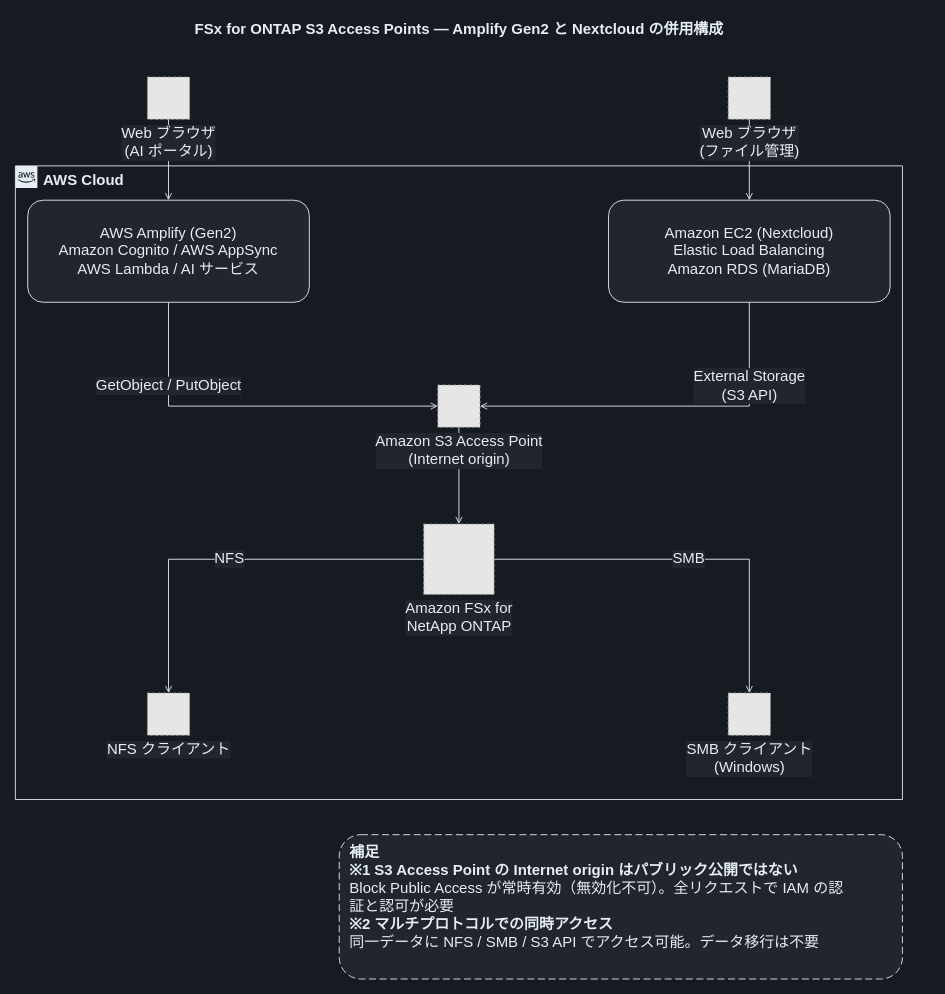
Yoshiki0705/FSx-for-ONTAP-S3AccessPoints-Serverless-Patterns keeps this draw.io diagram as docs/diagrams/dark/coexistence-3path.drawio. Above is the earlier version. Source tidied: cells renumbered, new cells numbered last; positions are measured from the earlier drawing's top-left corner, leaving out a move shared by most shapes. Both pictures are drawn from the tidied source at 88%, with x=0, y=0 at pixel (15, 15). Pictures stored in the file or linked from it are replaced by grey dashed boxes.
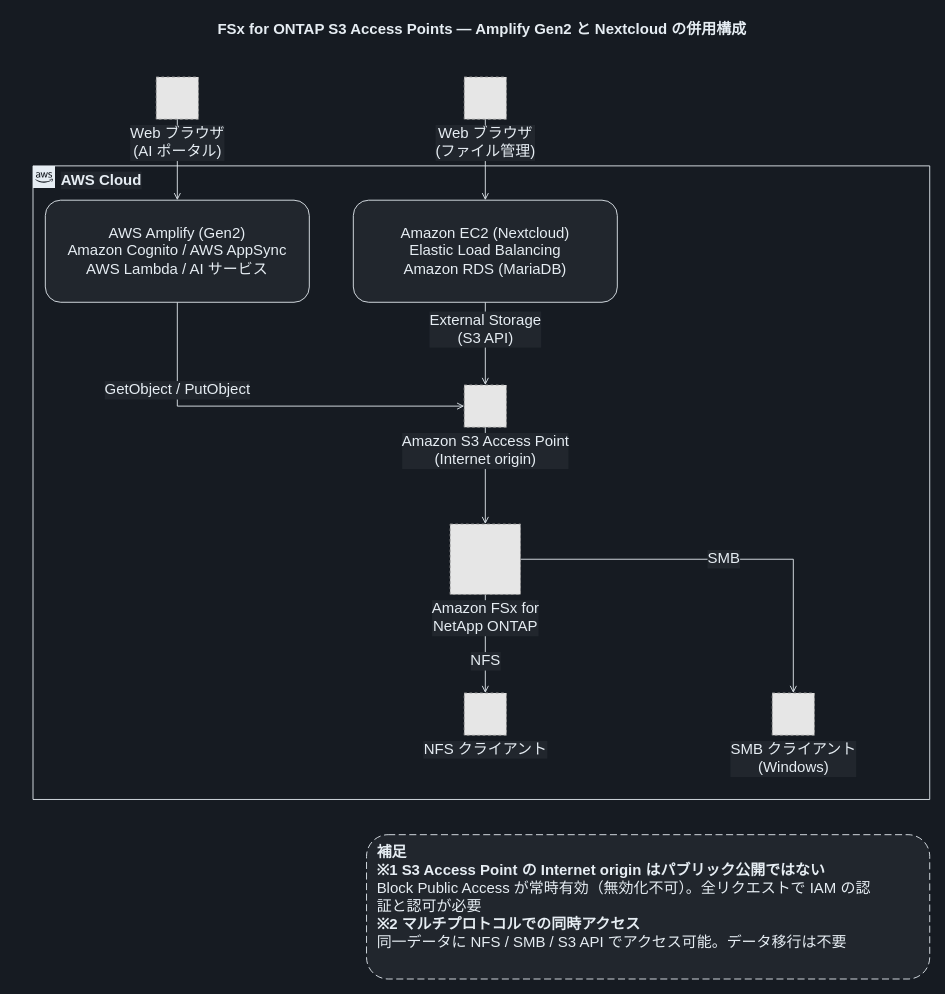
Above is the later version.

Change to the diagram source:
```diff
@@
     <mxCell id="2" value="FSx for ONTAP S3 Access Points — Amplify Gen2 と Nextcloud の併用構成" style="text;html=1;align=center;verticalAlign=middle;fontSize=17;fontStyle=1;fontColor=#E6EDF3;" parent="1" vertex="1">
-      <mxGeometry width="1008" height="34" as="geometry" />
+      <mxGeometry x="20" width="1019" height="34" as="geometry" />
     </mxCell>
-    <mxCell id="3" value="AWS Cloud" style="gradientColor=none;html=1;whiteSpace=wrap;fontSize=17;fontStyle=1;shape=mxgraph.aws4.group;grIcon=mxgraph.aws4.group_aws_cloud_alt;strokeColor=#E6EDF3;fillColor=none;verticalAlign=top;align=left;spacingLeft=30;fontColor=#E6EDF3;dashed=0;" parent="1" vertex="1">
-      <mxGeometry y="171" width="1008" height="720" as="geometry" />
-    </mxCell>
@@
-    <mxCell id="7" value="External Storage&lt;br&gt;(S3 API)" style="edgeStyle=orthogonalEdgeStyle;rounded=0;jettySize=auto;html=1;endArrow=open;endFill=0;strokeColor=#E6EDF3;strokeWidth=1;fontSize=17;fontColor=#E6EDF3;labelBackgroundColor=#21262D;exitX=0.5;exitY=1;exitDx=0;exitDy=0;entryX=1;entryY=0.5;entryDx=0;entryDy=0;" parent="1" edge="1" source="14" target="15">
-      <mxGeometry x="-0.55" relative="1" as="geometry" />
+    <mxCell id="7" value="External Storage&lt;br&gt;(S3 API)" style="edgeStyle=orthogonalEdgeStyle;rounded=0;jettySize=auto;html=1;endArrow=open;endFill=0;strokeColor=#E6EDF3;strokeWidth=1;fontSize=17;fontColor=#E6EDF3;labelBackgroundColor=#21262D;" parent="1" edge="1" source="14" target="15">
+      <mxGeometry x="-0.35" relative="1" as="geometry" />
     </mxCell>
@@
     <mxCell id="9" value="NFS" style="edgeStyle=orthogonalEdgeStyle;rounded=0;jettySize=auto;html=1;endArrow=open;endFill=0;strokeColor=#E6EDF3;strokeWidth=1;fontSize=17;fontColor=#E6EDF3;labelBackgroundColor=#21262D;" parent="1" edge="1" source="16" target="17">
-      <mxGeometry relative="1" as="geometry" />
+      <mxGeometry relative="1" as="geometry">
+        <mxPoint y="20" as="offset" />
+      </mxGeometry>
     </mxCell>
@@
+    <mxCell id="3" value="AWS Cloud" style="gradientColor=none;html=1;whiteSpace=wrap;fontSize=17;fontStyle=1;shape=mxgraph.aws4.group;grIcon=mxgraph.aws4.group_aws_cloud_alt;strokeColor=#E6EDF3;fillColor=none;verticalAlign=top;align=left;spacingLeft=30;fontColor=#E6EDF3;dashed=0;labelBackgroundColor=#21262D;" parent="1" vertex="1">
+      <mxGeometry x="20" y="171" width="1019" height="720" as="geometry" />
+    </mxCell>
     <mxCell id="11" value="Web ブラウザ&lt;br&gt;(AI ポータル)" style="fillColor=#E6E6E6;strokeColor=#999999;dashed=1;html=1;verticalLabelPosition=bottom;verticalAlign=top;labelPosition=center;align=center;fontSize=17;fontColor=#E6EDF3;labelBackgroundColor=#21262D;" parent="1" vertex="1">
-      <mxGeometry x="150" y="70" width="48" height="48" as="geometry" />
+      <mxGeometry x="160" y="70" width="48" height="48" as="geometry" />
     </mxCell>
     <mxCell id="12" value="Web ブラウザ&lt;br&gt;(ファイル管理)" style="fillColor=#E6E6E6;strokeColor=#999999;dashed=1;html=1;verticalLabelPosition=bottom;verticalAlign=top;labelPosition=center;align=center;fontSize=17;fontColor=#E6EDF3;labelBackgroundColor=#21262D;" parent="1" vertex="1">
-      <mxGeometry x="810" y="70" width="48" height="48" as="geometry" />
+      <mxGeometry x="510" y="70" width="48" height="48" as="geometry" />
     </mxCell>
     <mxCell id="13" value="AWS Amplify (Gen2)&lt;br&gt;Amazon Cognito / AWS AppSync&lt;br&gt;AWS Lambda / AI サービス" style="rounded=1;whiteSpace=wrap;html=1;dashed=0;strokeColor=#E6EDF3;fillColor=#21262D;align=center;verticalAlign=middle;fontSize=17;fontColor=#E6EDF3;" parent="1" vertex="1">
-      <mxGeometry x="14" y="210" width="320" height="116" as="geometry" />
+      <mxGeometry x="34" y="210" width="300" height="116" as="geometry" />
     </mxCell>
     <mxCell id="14" value="Amazon EC2 (Nextcloud)&lt;br&gt;Elastic Load Balancing&lt;br&gt;Amazon RDS (MariaDB)" style="rounded=1;whiteSpace=wrap;html=1;dashed=0;strokeColor=#E6EDF3;fillColor=#21262D;align=center;verticalAlign=middle;fontSize=17;fontColor=#E6EDF3;" parent="1" vertex="1">
-      <mxGeometry x="674" y="210" width="320" height="116" as="geometry" />
+      <mxGeometry x="384" y="210" width="300" height="116" as="geometry" />
     </mxCell>
     <mxCell id="15" value="Amazon S3 Access Point&lt;br&gt;(Internet origin)" style="fillColor=#E6E6E6;strokeColor=#999999;dashed=1;html=1;verticalLabelPosition=bottom;verticalAlign=top;labelPosition=center;align=center;fontSize=17;fontColor=#E6EDF3;labelBackgroundColor=#21262D;" parent="1" vertex="1">
-      <mxGeometry x="480" y="420" width="48" height="48" as="geometry" />
+      <mxGeometry x="510" y="420" width="48" height="48" as="geometry" />
     </mxCell>
     <mxCell id="16" value="Amazon FSx for&lt;br&gt;NetApp ONTAP" style="fillColor=#E6E6E6;strokeColor=#999999;dashed=1;html=1;verticalLabelPosition=bottom;verticalAlign=top;labelPosition=center;align=center;fontSize=17;fontColor=#E6EDF3;labelBackgroundColor=#21262D;" parent="1" vertex="1">
-      <mxGeometry x="464" y="578" width="80" height="80" as="geometry" />
+      <mxGeometry x="494" y="578" width="80" height="80" as="geometry" />
     </mxCell>
     <mxCell id="17" value="NFS クライアント" style="fillColor=#E6E6E6;strokeColor=#999999;dashed=1;html=1;verticalLabelPosition=bottom;verticalAlign=top;labelPosition=center;align=center;fontSize=17;fontColor=#E6EDF3;labelBackgroundColor=#21262D;" parent="1" vertex="1">
-      <mxGeometry x="150" y="770" width="48" height="48" as="geometry" />
+      <mxGeometry x="510" y="770" width="48" height="48" as="geometry" />
     </mxCell>
     <mxCell id="18" value="SMB クライアント&lt;br&gt;(Windows)" style="fillColor=#E6E6E6;strokeColor=#999999;dashed=1;html=1;verticalLabelPosition=bottom;verticalAlign=top;labelPosition=center;align=center;fontSize=17;fontColor=#E6EDF3;labelBackgroundColor=#21262D;" parent="1" vertex="1">
-      <mxGeometry x="810" y="770" width="48" height="48" as="geometry" />
+      <mxGeometry x="860" y="770" width="48" height="48" as="geometry" />
     </mxCell>
     <mxCell id="19" value="&lt;b&gt;補足&lt;/b&gt;&lt;br&gt;&lt;b&gt;※1 S3 Access Point の Internet origin はパブリック公開ではない&lt;/b&gt;&lt;br&gt;Block Public Access が常時有効（無効化不可）。全リクエストで IAM の認&lt;br&gt;証と認可が必要&lt;br&gt;&lt;b&gt;※2 マルチプロトコルでの同時アクセス&lt;/b&gt;&lt;br&gt;同一データに NFS / SMB / S3 API でアクセス可能。データ移行は不要" style="rounded=1;whiteSpace=wrap;html=1;dashed=1;dashPattern=8 4;strokeColor=#E6EDF3;fillColor=#21262D;align=left;verticalAlign=top;spacingLeft=10;spacingTop=4;fontSize=17;fontColor=#E6EDF3;" parent="1" vertex="1">
-      <mxGeometry x="368" y="931" width="640" height="164" as="geometry" />
+      <mxGeometry x="399" y="931" width="640" height="164" as="geometry" />
     </mxCell>
```
